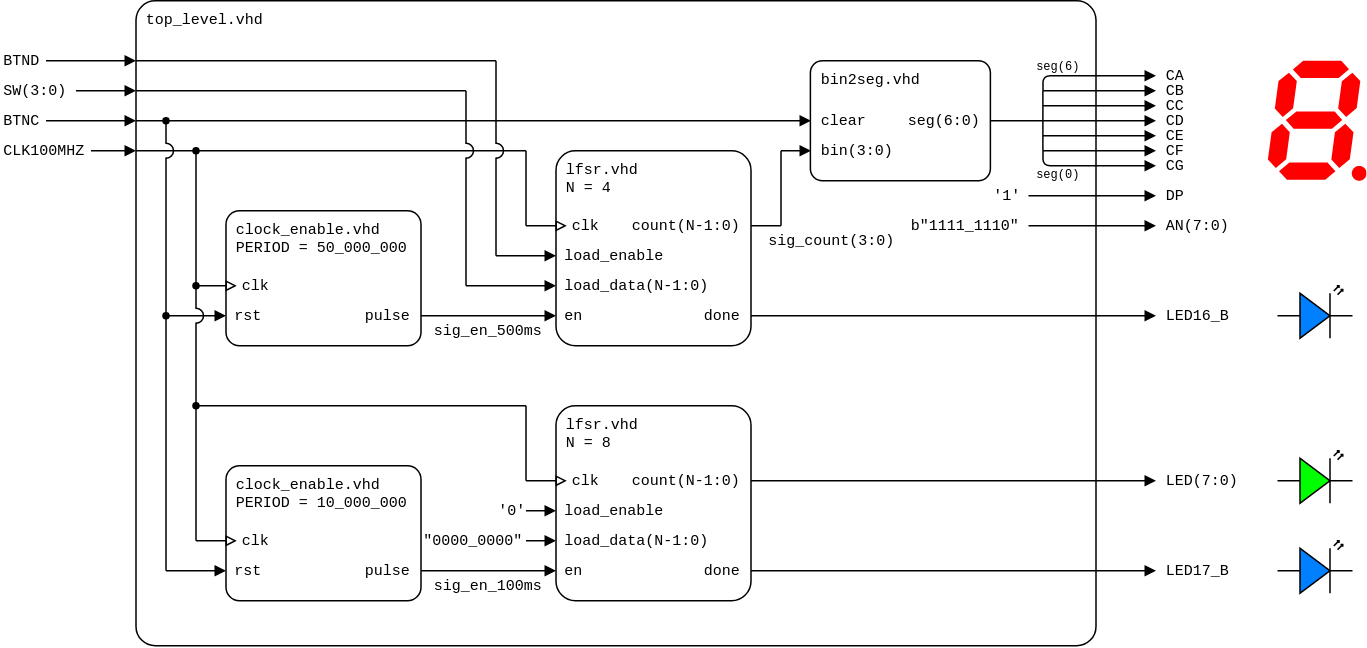
The draw.io diagram lab6-lfsr/images/top-level_lfsr_n-bit_structure.png in tomas-fryza/vhdl-course, before a commit. Source tidied: cells renumbered, new cells last; positions are measured from the earlier drawing's top-left corner, leaving out a move shared by most shapes.
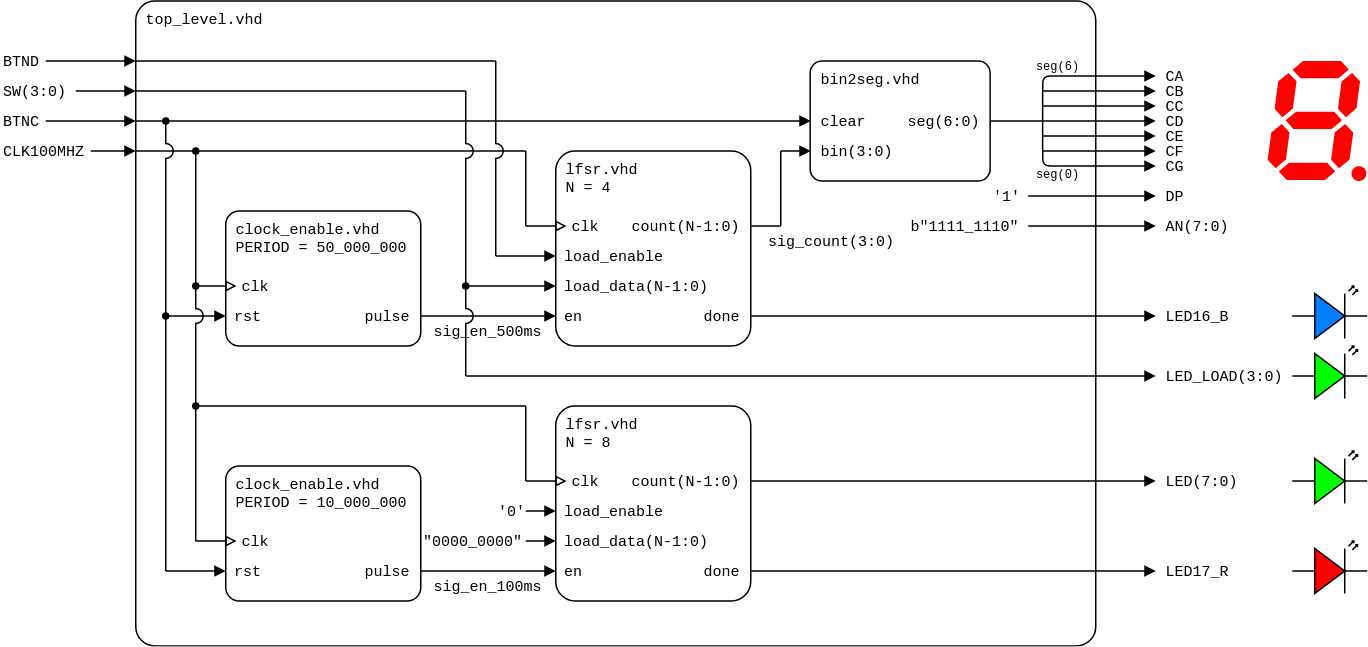
Above is the later version.

What changed in the source:
```diff
@@ -355,7 +355,7 @@
       <mxGeometry x="770" y="310" width="70" height="20" as="geometry" />
     </mxCell>
     <mxCell id="79" style="verticalLabelPosition=bottom;shadow=0;dashed=0;align=center;html=1;verticalAlign=top;shape=mxgraph.electrical.opto_electronics.led_2;fillColor=#00FF00;" parent="1" vertex="1">
-      <mxGeometry x="851" y="300" width="50" height="35" as="geometry" />
+      <mxGeometry x="861" y="300" width="50" height="35" as="geometry" />
     </mxCell>
     <mxCell id="80" style="endArrow=none;html=1;rounded=0;startArrow=none;startFill=0;endSize=4;startSize=4;" parent="1" edge="1">
       <mxGeometry relative="1" as="geometry">
@@ -484,7 +484,7 @@
       <mxGeometry x="770" y="200" width="70" height="20" as="geometry" />
     </mxCell>
     <mxCell id="109" style="verticalLabelPosition=bottom;shadow=0;dashed=0;align=center;html=1;verticalAlign=top;shape=mxgraph.electrical.opto_electronics.led_2;fillColor=#007FFF;" parent="1" vertex="1">
-      <mxGeometry x="851" y="190" width="50" height="35" as="geometry" />
+      <mxGeometry x="861" y="190" width="50" height="35" as="geometry" />
     </mxCell>
     <mxCell id="110" value="done" style="text;html=1;align=right;verticalAlign=middle;whiteSpace=wrap;rounded=0;fontFamily=Courier New;fontSize=10;fillOpacity=100;spacing=2;spacingRight=5;" parent="1" vertex="1">
       <mxGeometry x="460" y="370" width="40" height="20" as="geometry" />
@@ -495,11 +495,38 @@
         <mxPoint x="770" y="380" as="targetPoint" />
       </mxGeometry>
     </mxCell>
-    <mxCell id="112" value="LED17_B" style="text;html=1;align=left;verticalAlign=middle;whiteSpace=wrap;rounded=0;fontFamily=Courier New;fontSize=10;fillOpacity=100;spacing=2;spacingLeft=5;" parent="1" vertex="1">
+    <mxCell id="112" value="LED17_R" style="text;html=1;align=left;verticalAlign=middle;whiteSpace=wrap;rounded=0;fontFamily=Courier New;fontSize=10;fillOpacity=100;spacing=2;spacingLeft=5;" parent="1" vertex="1">
       <mxGeometry x="770" y="370" width="70" height="20" as="geometry" />
     </mxCell>
-    <mxCell id="113" style="verticalLabelPosition=bottom;shadow=0;dashed=0;align=center;html=1;verticalAlign=top;shape=mxgraph.electrical.opto_electronics.led_2;fillColor=#007FFF;" parent="1" vertex="1">
-      <mxGeometry x="851" y="360" width="50" height="35" as="geometry" />
+    <mxCell id="113" style="verticalLabelPosition=bottom;shadow=0;dashed=0;align=center;html=1;verticalAlign=top;shape=mxgraph.electrical.opto_electronics.led_2;fillColor=#FF0000;" parent="1" vertex="1">
+      <mxGeometry x="861" y="360" width="50" height="35" as="geometry" />
     </mxCell>
+    <mxCell id="114" style="endArrow=block;html=1;rounded=0;endFill=1;orthogonal=1;endSize=5;startSize=5;" parent="1" edge="1">
+      <mxGeometry relative="1" as="geometry">
+        <mxPoint x="310" y="250" as="sourcePoint" />
+        <mxPoint x="770" y="250" as="targetPoint" />
+      </mxGeometry>
+    </mxCell>
+    <mxCell id="115" value="LED_LOAD(3:0)" style="text;html=1;align=left;verticalAlign=middle;whiteSpace=wrap;rounded=0;fontFamily=Courier New;fontSize=10;fillOpacity=100;spacing=2;spacingLeft=5;" parent="1" vertex="1">
+      <mxGeometry x="770" y="240" width="90" height="20" as="geometry" />
+    </mxCell>
+    <mxCell id="116" style="verticalLabelPosition=bottom;shadow=0;dashed=0;align=center;html=1;verticalAlign=top;shape=mxgraph.electrical.opto_electronics.led_2;fillColor=#00FF00;" parent="1" vertex="1">
+      <mxGeometry x="861" y="230" width="50" height="35" as="geometry" />
+    </mxCell>
+    <mxCell id="117" style="endArrow=none;html=1;rounded=0;startArrow=none;startFill=0;endSize=4;startSize=4;" parent="1" edge="1">
+      <mxGeometry relative="1" as="geometry">
+        <mxPoint x="310" y="250" as="sourcePoint" />
+        <mxPoint x="310" y="214.5" as="targetPoint" />
+      </mxGeometry>
+    </mxCell>
+    <mxCell id="118" style="verticalLabelPosition=bottom;verticalAlign=top;html=1;shape=mxgraph.basic.arc;startAngle=0.75;endAngle=0.25;rotation=90;" parent="1" vertex="1">
+      <mxGeometry x="305" y="205" width="10" height="10" as="geometry" />
+    </mxCell>
+    <mxCell id="119" style="endArrow=oval;html=1;rounded=0;startArrow=none;startFill=0;endSize=4;startSize=4;endFill=1;" parent="1" edge="1">
+      <mxGeometry relative="1" as="geometry">
+        <mxPoint x="310" y="205.5" as="sourcePoint" />
+        <mxPoint x="310" y="190" as="targetPoint" />
+      </mxGeometry>
+    </mxCell>
   </root>
 </mxGraphModel>
```
